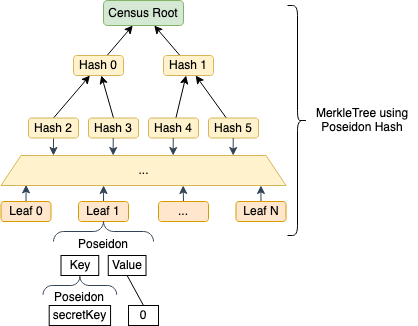
This is src/.vuepress/public/zk-census-proof-poseidon-merkletree-diagram.png from vocdoni/docs, a draw.io export, as it was before one commit. Source tidied: cells renumbered, new cells last; positions are measured from the earlier drawing's top-left corner, leaving out a move shared by most shapes.
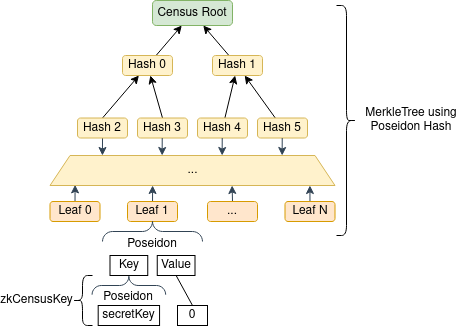
After the change.

Commit message:
Restructure zk-census-proof spec for a more modular understanding

Separate the zk-census-proof flow in a more modular focus, so it allows
to reason better regarding each part, and allows to see better for
example that the steps 1-2 could be done in different ways, and it's a
matter of replacing one by the other.

What changed in the source:
```diff
@@ -134,5 +134,11 @@
     <mxCell id="40" value="secretKey" style="rounded=0;whiteSpace=wrap;html=1;" parent="1" vertex="1">
       <mxGeometry x="47.7" y="305" width="61.4" height="20" as="geometry" />
     </mxCell>
+    <mxCell id="41" style="shape=curlyBracket;whiteSpace=wrap;html=1;rounded=1;" parent="1" vertex="1">
+      <mxGeometry x="22" y="275" width="20" height="50" as="geometry" />
+    </mxCell>
+    <mxCell id="42" value="zkCensusKey" style="text;strokeColor=none;fillColor=none;html=1;fontSize=12;fontStyle=0;verticalAlign=middle;align=center;" parent="1" vertex="1">
+      <mxGeometry x="-50" y="290" width="72" height="20" as="geometry" />
+    </mxCell>
   </root>
 </mxGraphModel>
```
